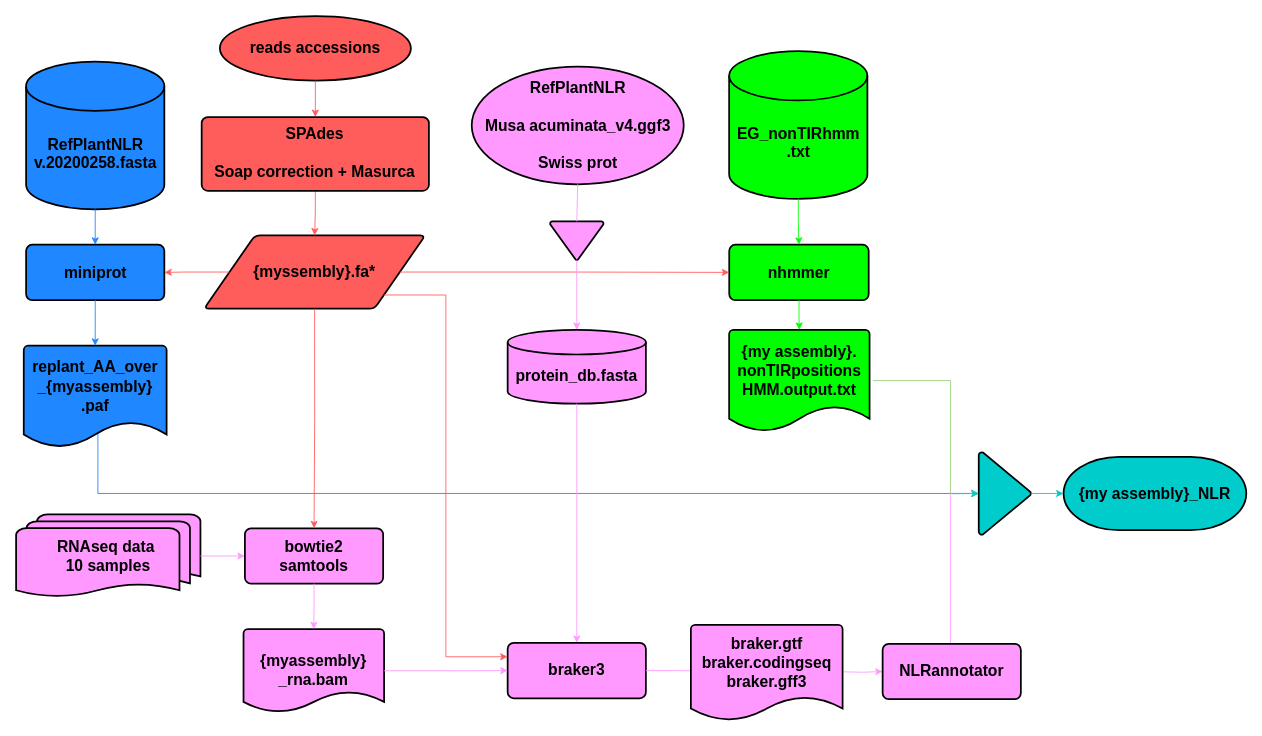
Before: Untitled Diagram.drawio in acarolinao/planets, a draw.io diagram. Source tidied: cells renumbered, new cells numbered last; positions are measured from the earlier drawing's top-left corner, leaving out a move shared by most shapes. Both pictures are drawn from the tidied source at 87%, with x=0, y=0 at pixel (16, 16).
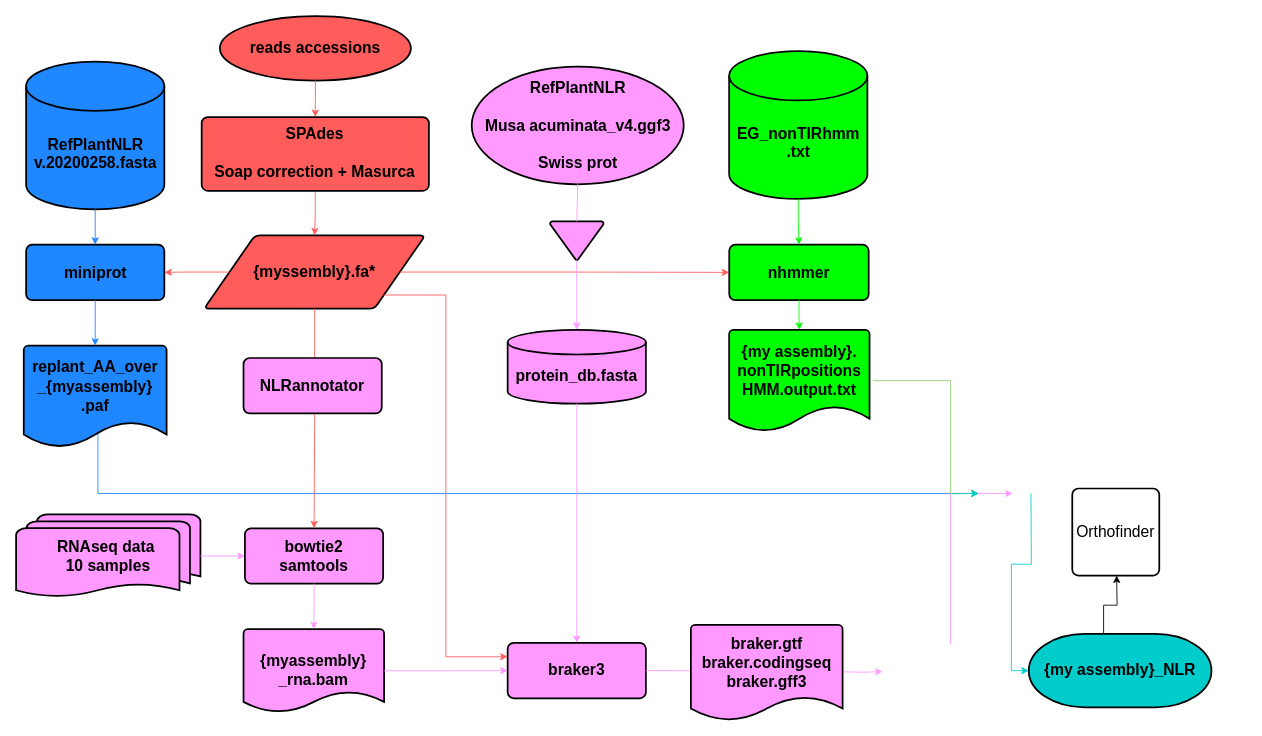
Above is the later version.

The change refers to these unchanged cells:
```xml
<mxCell id="5" value="&lt;font style=&quot;font-size: 18px;&quot;&gt;&lt;b&gt;replant_AA_over _{myassembly} .paf&lt;br&gt;&lt;br&gt;&lt;/b&gt;&lt;/font&gt;" style="strokeWidth=2;html=1;shape=mxgraph.flowchart.document2;whiteSpace=wrap;size=0.25;fillColor=#1F87FF;" parent="1" vertex="1">
  <mxGeometry x="8.8" y="378.9" width="164.2" height="116.7" as="geometry" />
</mxCell>
```

Diff of the diagram source:
```diff
@@
-    <mxCell id="4" style="edgeStyle=orthogonalEdgeStyle;rounded=0;jettySize=auto;html=1;entryX=0.5;entryY=0;entryDx=0;entryDy=0;entryPerimeter=0;strokeColor=#1F87FF;exitX=0.519;exitY=0.85;exitDx=0;exitDy=0;exitPerimeter=0;" parent="1" edge="1" source="5" target="38">
+    <mxCell id="4" style="edgeStyle=orthogonalEdgeStyle;rounded=0;jettySize=auto;html=1;entryX=0.5;entryY=0;entryDx=0;entryDy=0;entryPerimeter=0;strokeColor=#1F87FF;exitX=0.519;exitY=0.85;exitDx=0;exitDy=0;exitPerimeter=0;" parent="1" edge="1" source="5">
       <mxGeometry relative="1" as="geometry">
+        <mxPoint x="1106.5" y="548.7" as="targetPoint" />
         <Array as="points">
           <mxPoint x="94" y="549" />
         </Array>
       </mxGeometry>
     </mxCell>
@@
-    <mxCell id="30" style="edgeStyle=orthogonalEdgeStyle;rounded=0;jettySize=auto;html=1;exitX=0.5;exitY=0;exitDx=0;exitDy=0;strokeColor=#FF99FF;entryX=0.5;entryY=0;entryDx=0;entryDy=0;entryPerimeter=0;" parent="1" edge="1" source="41">
+    <mxCell id="30" style="edgeStyle=orthogonalEdgeStyle;rounded=0;orthogonalLoop=1;jettySize=auto;html=1;exitX=0.5;exitY=0;exitDx=0;exitDy=0;strokeColor=#FF99FF;entryX=0.5;entryY=0;entryDx=0;entryDy=0;entryPerimeter=0;" parent="1" edge="1">
       <mxGeometry relative="1" as="geometry">
+        <mxPoint x="1075.5" y="721.5" as="sourcePoint" />
         <mxPoint x="1145.5" y="548.7" as="targetPoint" />
         <Array as="points">
           <mxPoint x="1074" y="722" />
           <mxPoint x="1074" y="549" />
         </Array>
       </mxGeometry>
     </mxCell>
-    <mxCell id="31" style="edgeStyle=orthogonalEdgeStyle;rounded=0;jettySize=auto;html=1;exitX=1;exitY=0.5;exitDx=0;exitDy=0;exitPerimeter=0;entryX=0;entryY=0.5;entryDx=0;entryDy=0;strokeColor=#FF99FF;" parent="1" edge="1" target="41">
+    <mxCell id="31" style="edgeStyle=orthogonalEdgeStyle;rounded=0;orthogonalLoop=1;jettySize=auto;html=1;exitX=1;exitY=0.5;exitDx=0;exitDy=0;exitPerimeter=0;entryX=0;entryY=0.5;entryDx=0;entryDy=0;strokeColor=#FF99FF;" parent="1" edge="1">
       <mxGeometry relative="1" as="geometry">
         <mxPoint x="951" y="753.7" as="sourcePoint" />
+        <mxPoint x="996" y="753.4" as="targetPoint" />
       </mxGeometry>
     </mxCell>
@@
-    <mxCell id="38" style="strokeWidth=2;html=1;shape=mxgraph.flowchart.merge_or_storage;whiteSpace=wrap;rotation=-90;fillColor=#00CCCC;" parent="1" vertex="1">
-      <mxGeometry x="1089" y="518.7" width="95" height="60" as="geometry" />
-    </mxCell>
-    <mxCell id="39" style="edgeStyle=orthogonalEdgeStyle;rounded=0;jettySize=auto;html=1;entryX=0.5;entryY=0;entryDx=0;entryDy=0;entryPerimeter=0;strokeColor=#97D077;" parent="1" edge="1" target="38">
+    <mxCell id="39" style="edgeStyle=orthogonalEdgeStyle;rounded=0;orthogonalLoop=1;jettySize=auto;html=1;entryX=0.5;entryY=0;entryDx=0;entryDy=0;entryPerimeter=0;strokeColor=#97D077;" parent="1" edge="1">
       <mxGeometry relative="1" as="geometry">
         <mxPoint x="985" y="419" as="sourcePoint" />
+        <mxPoint x="1106.5" y="548.7" as="targetPoint" />
         <Array as="points">
           <mxPoint x="1074" y="419" />
           <mxPoint x="1074" y="549" />
         </Array>
       </mxGeometry>
     </mxCell>
-    <mxCell id="40" style="endArrow=classic;html=1;rounded=0;entryX=0.5;entryY=0;entryDx=0;entryDy=0;entryPerimeter=0;strokeColor=#00CCCC;" parent="1" edge="1" target="38">
+    <mxCell id="40" style="endArrow=classic;html=1;rounded=0;entryX=0.5;entryY=0;entryDx=0;entryDy=0;entryPerimeter=0;strokeColor=#00CCCC;" parent="1" edge="1">
       <mxGeometry relative="1" as="geometry">
         <mxPoint x="1075" y="549" as="sourcePoint" />
+        <mxPoint x="1106.5" y="548.7" as="targetPoint" />
       </mxGeometry>
     </mxCell>
-    <mxCell id="41" value="&lt;font style=&quot;font-size: 18px;&quot;&gt;&lt;b&gt;NLRannotator&lt;/b&gt;&lt;/font&gt;" style="rounded=1;whiteSpace=wrap;html=1;absoluteArcSize=1;arcSize=14;strokeWidth=2;fillColor=#FF99FF;" parent="1" vertex="1">
-      <mxGeometry x="996" y="721.5" width="158.9" height="63.6" as="geometry" />
-    </mxCell>
+    <mxCell id="45" style="edgeStyle=orthogonalEdgeStyle;rounded=0;orthogonalLoop=1;jettySize=auto;html=1;" parent="1" edge="1">
+      <mxGeometry relative="1" as="geometry">
+        <mxPoint x="1270" y="710.2" as="sourcePoint" />
+        <mxPoint x="1265" y="643" as="targetPoint" />
+      </mxGeometry>
+    </mxCell>
     <mxCell id="42" value="&lt;font&gt;&lt;b&gt;&lt;font size=&quot;4&quot;&gt;{my assembly}_NLR&lt;/font&gt;&lt;/b&gt;&lt;/font&gt;" style="strokeWidth=2;html=1;shape=mxgraph.flowchart.terminator;whiteSpace=wrap;fillColor=#00CCCC;" parent="1" vertex="1">
-      <mxGeometry x="1204" y="506.6" width="210" height="84.3" as="geometry" />
+      <mxGeometry x="1164" y="710.2" width="210" height="84.3" as="geometry" />
     </mxCell>
@@
-    <mxCell id="44" style="edgeStyle=orthogonalEdgeStyle;rounded=0;jettySize=auto;html=1;exitX=0.5;exitY=1;exitDx=0;exitDy=0;exitPerimeter=0;entryX=0;entryY=0.5;entryDx=0;entryDy=0;entryPerimeter=0;strokeColor=#00CCCC;" parent="1" edge="1" source="38" target="42">
-      <mxGeometry relative="1" as="geometry" />
+    <mxCell id="44" style="edgeStyle=orthogonalEdgeStyle;rounded=0;jettySize=auto;html=1;exitX=0.5;exitY=1;exitDx=0;exitDy=0;exitPerimeter=0;entryX=0;entryY=0.5;entryDx=0;entryDy=0;entryPerimeter=0;strokeColor=#00CCCC;" parent="1" edge="1" target="42">
+      <mxGeometry relative="1" as="geometry">
+        <mxPoint x="1166.5" y="548.7" as="sourcePoint" />
+      </mxGeometry>
     </mxCell>
+    <mxCell id="41" value="&lt;font style=&quot;font-size: 18px;&quot;&gt;&lt;b&gt;NLRannotator&lt;/b&gt;&lt;/font&gt;" style="rounded=1;whiteSpace=wrap;html=1;absoluteArcSize=1;arcSize=14;strokeWidth=2;fillColor=#FF99FF;" parent="1" vertex="1">
+      <mxGeometry x="261.4" y="393" width="158.9" height="63.6" as="geometry" />
+    </mxCell>
+    <mxCell id="46" value="&lt;font style=&quot;font-size: 18px;&quot;&gt;Orthofinder&lt;/font&gt;" style="rounded=1;whiteSpace=wrap;html=1;absoluteArcSize=1;arcSize=14;strokeWidth=2;" parent="1" vertex="1">
+      <mxGeometry x="1214" y="543" width="100" height="100" as="geometry" />
+    </mxCell>
```
